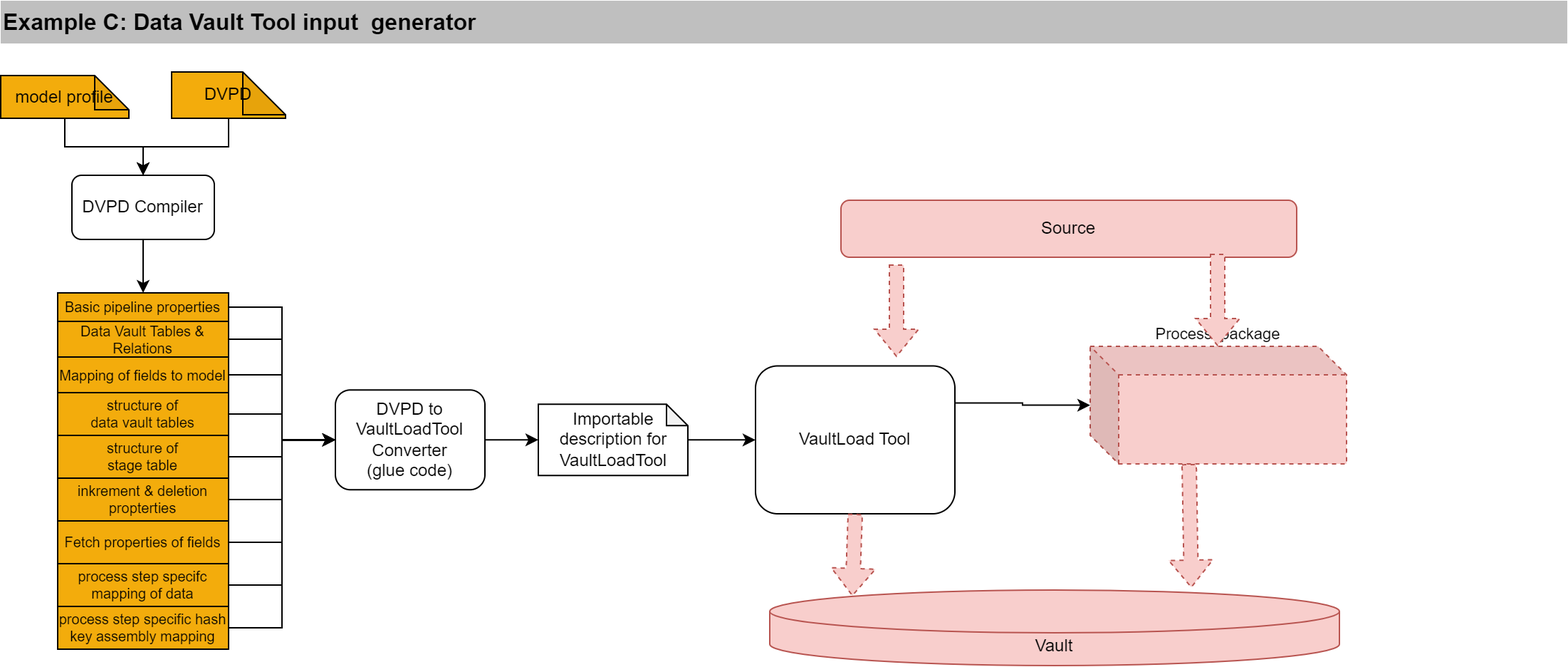
This is documentation/images/dvdp_based_processing_example_workflow_c.drawio.png from cimt-ag/data_vault_pipelinedescription, a draw.io export, as it was before one commit. Source tidied: cells renumbered, new cells last; positions are measured from the earlier drawing's top-left corner, leaving out a move shared by most shapes. Its diagram source:
```xml
<mxGraphModel>
  <root>
    <mxCell id="0" />
    <mxCell id="1" parent="0" />
    <mxCell id="2" value="Example C: Data Vault Tool input&amp;nbsp; generator" style="rounded=0;whiteSpace=wrap;html=1;strokeColor=none;fillColor=#BFBFBF;fontStyle=1;align=left;fontSize=16;" parent="1" vertex="1">
      <mxGeometry width="1100" height="30" as="geometry" />
    </mxCell>
    <mxCell id="3" style="edgeStyle=orthogonalEdgeStyle;shape=connector;rounded=0;jettySize=auto;html=1;labelBackgroundColor=default;strokeColor=default;fontFamily=Helvetica;fontSize=11;fontColor=default;endArrow=classic;" parent="1" edge="1" source="4" target="6">
      <mxGeometry relative="1" as="geometry" />
    </mxCell>
    <mxCell id="4" value="DVPD" style="shape=note;whiteSpace=wrap;html=1;backgroundOutline=1;darkOpacity=0.05;fillColor=#F3AC0C;gradientColor=none;" parent="1" vertex="1">
      <mxGeometry x="120" y="50" width="80" height="32.5" as="geometry" />
    </mxCell>
    <mxCell id="5" style="edgeStyle=orthogonalEdgeStyle;shape=connector;rounded=0;jettySize=auto;html=1;entryX=0.5;entryY=0;entryDx=0;entryDy=0;labelBackgroundColor=default;strokeColor=default;fontFamily=Helvetica;fontSize=11;fontColor=default;endArrow=classic;" parent="1" edge="1" source="6" target="8">
      <mxGeometry relative="1" as="geometry" />
    </mxCell>
    <mxCell id="6" value="DVPD Compiler" style="rounded=1;whiteSpace=wrap;html=1;" parent="1" vertex="1">
      <mxGeometry x="50" y="122.5" width="100" height="45" as="geometry" />
    </mxCell>
    <mxCell id="7" style="edgeStyle=orthogonalEdgeStyle;shape=connector;rounded=0;jettySize=auto;html=1;entryX=0;entryY=0.5;entryDx=0;entryDy=0;labelBackgroundColor=default;strokeColor=default;fontFamily=Helvetica;fontSize=10;fontColor=default;endArrow=classic;" parent="1" edge="1" source="8" target="28">
      <mxGeometry relative="1" as="geometry" />
    </mxCell>
    <mxCell id="8" value="Basic pipeline properties" style="rounded=0;whiteSpace=wrap;html=1;fillColor=#F3AC0C;gradientColor=none;fontSize=10;" parent="1" vertex="1">
      <mxGeometry x="40" y="205" width="120" height="20" as="geometry" />
    </mxCell>
    <mxCell id="9" style="edgeStyle=orthogonalEdgeStyle;shape=connector;rounded=0;jettySize=auto;html=1;labelBackgroundColor=default;strokeColor=default;fontFamily=Helvetica;fontSize=10;fontColor=default;endArrow=classic;" parent="1" edge="1" source="10" target="28">
      <mxGeometry relative="1" as="geometry" />
    </mxCell>
    <mxCell id="10" value="inkrement &amp;amp; deletion propterties" style="rounded=0;whiteSpace=wrap;html=1;fillColor=#F3AC0C;gradientColor=none;fontSize=10;" parent="1" vertex="1">
      <mxGeometry x="40" y="335" width="120" height="30" as="geometry" />
    </mxCell>
    <mxCell id="11" style="edgeStyle=orthogonalEdgeStyle;shape=connector;rounded=0;jettySize=auto;html=1;entryX=0;entryY=0.5;entryDx=0;entryDy=0;labelBackgroundColor=default;strokeColor=default;fontFamily=Helvetica;fontSize=10;fontColor=default;endArrow=classic;" parent="1" edge="1" source="12" target="28">
      <mxGeometry relative="1" as="geometry" />
    </mxCell>
    <mxCell id="12" value="structure of &lt;br&gt;data vault tables" style="rounded=0;whiteSpace=wrap;html=1;fillColor=#F3AC0C;gradientColor=none;fontSize=10;" parent="1" vertex="1">
      <mxGeometry x="40" y="275" width="120" height="30" as="geometry" />
    </mxCell>
    <mxCell id="13" style="edgeStyle=orthogonalEdgeStyle;shape=connector;rounded=0;jettySize=auto;html=1;labelBackgroundColor=default;strokeColor=default;fontFamily=Helvetica;fontSize=11;fontColor=default;endArrow=classic;" parent="1" edge="1" source="14" target="6">
      <mxGeometry relative="1" as="geometry" />
    </mxCell>
    <mxCell id="14" value="model profile" style="shape=note;whiteSpace=wrap;html=1;backgroundOutline=1;darkOpacity=0.05;fillColor=#F3AC0C;gradientColor=none;size=24;" parent="1" vertex="1">
      <mxGeometry y="52.5" width="90" height="30" as="geometry" />
    </mxCell>
    <mxCell id="15" style="edgeStyle=orthogonalEdgeStyle;shape=connector;rounded=0;jettySize=auto;html=1;entryX=0;entryY=0.5;entryDx=0;entryDy=0;labelBackgroundColor=default;strokeColor=default;fontFamily=Helvetica;fontSize=10;fontColor=default;endArrow=classic;" parent="1" edge="1" source="16" target="28">
      <mxGeometry relative="1" as="geometry" />
    </mxCell>
    <mxCell id="16" value="structure of &lt;br&gt;stage table" style="rounded=0;whiteSpace=wrap;html=1;fillColor=#F3AC0C;gradientColor=none;fontSize=10;" parent="1" vertex="1">
      <mxGeometry x="40" y="305" width="120" height="30" as="geometry" />
    </mxCell>
    <mxCell id="17" style="edgeStyle=orthogonalEdgeStyle;shape=connector;rounded=0;jettySize=auto;html=1;entryX=0;entryY=0.5;entryDx=0;entryDy=0;labelBackgroundColor=default;strokeColor=default;fontFamily=Helvetica;fontSize=10;fontColor=default;endArrow=classic;" parent="1" edge="1" source="18" target="28">
      <mxGeometry relative="1" as="geometry" />
    </mxCell>
    <mxCell id="18" value="process step specifc mapping of data" style="rounded=0;whiteSpace=wrap;html=1;fillColor=#F3AC0C;gradientColor=none;fontSize=10;" parent="1" vertex="1">
      <mxGeometry x="40" y="395" width="120" height="30" as="geometry" />
    </mxCell>
    <mxCell id="19" style="edgeStyle=orthogonalEdgeStyle;shape=connector;rounded=0;jettySize=auto;html=1;entryX=0;entryY=0.5;entryDx=0;entryDy=0;labelBackgroundColor=default;strokeColor=default;fontFamily=Helvetica;fontSize=10;fontColor=default;endArrow=classic;" parent="1" edge="1" source="20" target="28">
      <mxGeometry relative="1" as="geometry" />
    </mxCell>
    <mxCell id="20" value="Fetch properties of fields" style="rounded=0;whiteSpace=wrap;html=1;fillColor=#F3AC0C;gradientColor=none;fontSize=10;" parent="1" vertex="1">
      <mxGeometry x="40" y="365" width="120" height="30" as="geometry" />
    </mxCell>
    <mxCell id="21" style="edgeStyle=orthogonalEdgeStyle;shape=connector;rounded=0;jettySize=auto;html=1;entryX=0;entryY=0.5;entryDx=0;entryDy=0;labelBackgroundColor=default;strokeColor=default;fontFamily=Helvetica;fontSize=10;fontColor=default;endArrow=classic;" parent="1" edge="1" source="22" target="28">
      <mxGeometry relative="1" as="geometry" />
    </mxCell>
    <mxCell id="22" value="process step specific hash key assembly mapping" style="rounded=0;whiteSpace=wrap;html=1;fillColor=#F3AC0C;gradientColor=none;fontSize=10;" parent="1" vertex="1">
      <mxGeometry x="40" y="425" width="120" height="30" as="geometry" />
    </mxCell>
    <mxCell id="23" style="edgeStyle=orthogonalEdgeStyle;shape=connector;rounded=0;jettySize=auto;html=1;entryX=0;entryY=0.5;entryDx=0;entryDy=0;labelBackgroundColor=default;strokeColor=default;fontFamily=Helvetica;fontSize=10;fontColor=default;endArrow=classic;" parent="1" edge="1" source="24" target="28">
      <mxGeometry relative="1" as="geometry" />
    </mxCell>
    <mxCell id="24" value="Mapping of fields to model" style="rounded=0;whiteSpace=wrap;html=1;fillColor=#F3AC0C;gradientColor=none;fontSize=10;" parent="1" vertex="1">
      <mxGeometry x="40" y="250" width="120" height="25" as="geometry" />
    </mxCell>
    <mxCell id="25" style="edgeStyle=orthogonalEdgeStyle;shape=connector;rounded=0;jettySize=auto;html=1;entryX=0;entryY=0.5;entryDx=0;entryDy=0;labelBackgroundColor=default;strokeColor=default;fontFamily=Helvetica;fontSize=10;fontColor=default;endArrow=classic;" parent="1" edge="1" source="26" target="28">
      <mxGeometry relative="1" as="geometry" />
    </mxCell>
    <mxCell id="26" value="Data Vault&amp;nbsp;Tables &amp;amp; Relations" style="rounded=0;whiteSpace=wrap;html=1;fillColor=#F3AC0C;gradientColor=none;fontSize=10;" parent="1" vertex="1">
      <mxGeometry x="40" y="225" width="120" height="25" as="geometry" />
    </mxCell>
    <mxCell id="27" style="edgeStyle=orthogonalEdgeStyle;shape=connector;rounded=0;jettySize=auto;html=1;entryX=0;entryY=0.5;entryDx=0;entryDy=0;entryPerimeter=0;labelBackgroundColor=default;strokeColor=default;fontFamily=Helvetica;fontSize=10;fontColor=default;endArrow=classic;" parent="1" edge="1" source="28" target="30">
      <mxGeometry relative="1" as="geometry" />
    </mxCell>
    <mxCell id="28" value="DVPD to VaultLoadTool Converter&lt;br&gt;(glue code)" style="rounded=1;whiteSpace=wrap;html=1;" parent="1" vertex="1">
      <mxGeometry x="235" y="273.1" width="105" height="70" as="geometry" />
    </mxCell>
    <mxCell id="29" style="edgeStyle=orthogonalEdgeStyle;shape=connector;rounded=0;jettySize=auto;html=1;labelBackgroundColor=default;strokeColor=default;fontFamily=Helvetica;fontSize=10;fontColor=default;endArrow=classic;" parent="1" edge="1" source="30" target="32">
      <mxGeometry relative="1" as="geometry" />
    </mxCell>
    <mxCell id="30" value="Importable&lt;br&gt;description for&lt;br&gt;VaultLoadTool" style="shape=note;whiteSpace=wrap;html=1;backgroundOutline=1;darkOpacity=0.05;size=15;" parent="1" vertex="1">
      <mxGeometry x="377.5" y="283.1" width="105" height="50" as="geometry" />
    </mxCell>
    <mxCell id="31" style="edgeStyle=orthogonalEdgeStyle;shape=connector;rounded=0;jettySize=auto;html=1;labelBackgroundColor=default;strokeColor=default;fontFamily=Helvetica;fontSize=10;fontColor=default;endArrow=classic;exitX=1;exitY=0.25;exitDx=0;exitDy=0;" parent="1" edge="1" source="32" target="33">
      <mxGeometry relative="1" as="geometry" />
    </mxCell>
    <mxCell id="32" value="VaultLoad Tool" style="rounded=1;whiteSpace=wrap;html=1;" parent="1" vertex="1">
      <mxGeometry x="530" y="256.2" width="140" height="103.8" as="geometry" />
    </mxCell>
    <mxCell id="33" value="Process&amp;nbsp; package" style="shape=cube;whiteSpace=wrap;html=1;boundedLbl=1;backgroundOutline=1;darkOpacity=0.05;darkOpacity2=0.1;fontFamily=Helvetica;fontSize=11;verticalAlign=bottom;labelPosition=center;verticalLabelPosition=top;align=center;fillColor=#f8cecc;strokeColor=#b85450;dashed=1;" parent="1" vertex="1">
      <mxGeometry x="765" y="242.5" width="180" height="82.5" as="geometry" />
    </mxCell>
    <mxCell id="34" style="shape=flexArrow;endArrow=classic;html=1;rounded=0;labelBackgroundColor=default;strokeColor=#b85450;fontFamily=Helvetica;fontSize=10;fontColor=default;exitX=0.122;exitY=1.125;exitDx=0;exitDy=0;fillColor=#f8cecc;dashed=1;exitPerimeter=0;" parent="1" edge="1" source="35">
      <mxGeometry relative="1" as="geometry">
        <mxPoint x="629" y="250" as="targetPoint" />
      </mxGeometry>
    </mxCell>
    <mxCell id="35" value="Source" style="rounded=1;whiteSpace=wrap;html=1;fillColor=#f8cecc;strokeColor=#b85450;" parent="1" vertex="1">
      <mxGeometry x="590" y="140" width="320" height="40" as="geometry" />
    </mxCell>
    <mxCell id="36" style="shape=flexArrow;endArrow=classic;html=1;rounded=0;labelBackgroundColor=default;strokeColor=#b85450;fontFamily=Helvetica;fontSize=10;fontColor=default;entryX=0.145;entryY=0;entryDx=0;entryDy=4.35;entryPerimeter=0;fillColor=#f8cecc;dashed=1;" parent="1" edge="1" target="37">
      <mxGeometry relative="1" as="geometry">
        <mxPoint x="600" y="360" as="sourcePoint" />
      </mxGeometry>
    </mxCell>
    <mxCell id="37" value="Vault" style="shape=cylinder3;whiteSpace=wrap;html=1;boundedLbl=1;backgroundOutline=1;size=15;rounded=0;strokeColor=#b85450;fontFamily=Helvetica;fontSize=12;fillColor=#f8cecc;" parent="1" vertex="1">
      <mxGeometry x="540" y="413.5" width="400" height="53" as="geometry" />
    </mxCell>
    <mxCell id="38" style="shape=flexArrow;endArrow=classic;html=1;rounded=0;labelBackgroundColor=default;strokeColor=#b85450;fontFamily=Helvetica;fontSize=10;fontColor=default;exitX=0.122;exitY=1.125;exitDx=0;exitDy=0;fillColor=#f8cecc;dashed=1;exitPerimeter=0;" parent="1" edge="1">
      <mxGeometry relative="1" as="geometry">
        <mxPoint x="854.5" y="177.5" as="sourcePoint" />
        <mxPoint x="854.5" y="242.5" as="targetPoint" />
      </mxGeometry>
    </mxCell>
    <mxCell id="39" style="shape=flexArrow;endArrow=classic;html=1;rounded=0;labelBackgroundColor=default;strokeColor=#b85450;fontFamily=Helvetica;fontSize=10;fontColor=default;exitX=0.122;exitY=1.125;exitDx=0;exitDy=0;fillColor=#f8cecc;dashed=1;exitPerimeter=0;entryX=0.74;entryY=-0.028;entryDx=0;entryDy=0;entryPerimeter=0;" parent="1" edge="1" target="37">
      <mxGeometry relative="1" as="geometry">
        <mxPoint x="834.5" y="325" as="sourcePoint" />
      </mxGeometry>
    </mxCell>
  </root>
</mxGraphModel>
```
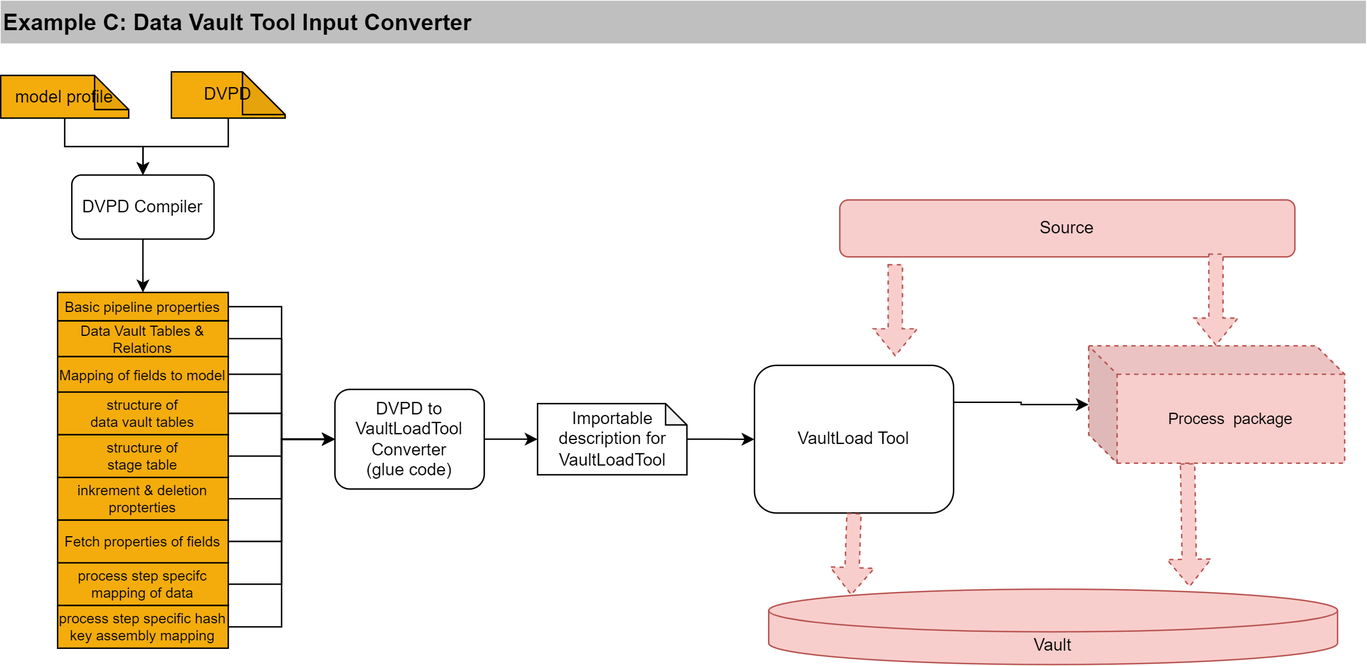
Above is the later version.

Diff of the diagram source:
```diff
@@ -2,8 +2,8 @@
   <root>
     <mxCell id="0" />
     <mxCell id="1" parent="0" />
-    <mxCell id="2" value="Example C: Data Vault Tool input&amp;nbsp; generator" style="rounded=0;whiteSpace=wrap;html=1;strokeColor=none;fillColor=#BFBFBF;fontStyle=1;align=left;fontSize=16;" parent="1" vertex="1">
-      <mxGeometry width="1100" height="30" as="geometry" />
+    <mxCell id="2" value="Example C: Data Vault Tool Input Converter" style="rounded=0;whiteSpace=wrap;html=1;strokeColor=none;fillColor=#BFBFBF;fontStyle=1;align=left;fontSize=16;" parent="1" vertex="1">
+      <mxGeometry width="960" height="30" as="geometry" />
     </mxCell>
     <mxCell id="3" style="edgeStyle=orthogonalEdgeStyle;shape=connector;rounded=0;jettySize=auto;html=1;labelBackgroundColor=default;strokeColor=default;fontFamily=Helvetica;fontSize=11;fontColor=default;endArrow=classic;" parent="1" edge="1" source="4" target="6">
       <mxGeometry relative="1" as="geometry" />
@@ -95,7 +95,7 @@
     <mxCell id="32" value="VaultLoad Tool" style="rounded=1;whiteSpace=wrap;html=1;" parent="1" vertex="1">
       <mxGeometry x="530" y="256.2" width="140" height="103.8" as="geometry" />
     </mxCell>
-    <mxCell id="33" value="Process&amp;nbsp; package" style="shape=cube;whiteSpace=wrap;html=1;boundedLbl=1;backgroundOutline=1;darkOpacity=0.05;darkOpacity2=0.1;fontFamily=Helvetica;fontSize=11;verticalAlign=bottom;labelPosition=center;verticalLabelPosition=top;align=center;fillColor=#f8cecc;strokeColor=#b85450;dashed=1;" parent="1" vertex="1">
+    <mxCell id="33" value="Process&amp;nbsp; package" style="shape=cube;whiteSpace=wrap;html=1;boundedLbl=1;backgroundOutline=1;darkOpacity=0.05;darkOpacity2=0.1;fontFamily=Helvetica;fontSize=11;verticalAlign=middle;labelPosition=center;verticalLabelPosition=middle;align=center;fillColor=#f8cecc;strokeColor=#b85450;dashed=1;" parent="1" vertex="1">
       <mxGeometry x="765" y="242.5" width="180" height="82.5" as="geometry" />
     </mxCell>
     <mxCell id="34" style="shape=flexArrow;endArrow=classic;html=1;rounded=0;labelBackgroundColor=default;strokeColor=#b85450;fontFamily=Helvetica;fontSize=10;fontColor=default;exitX=0.122;exitY=1.125;exitDx=0;exitDy=0;fillColor=#f8cecc;dashed=1;exitPerimeter=0;" parent="1" edge="1" source="35">
```
